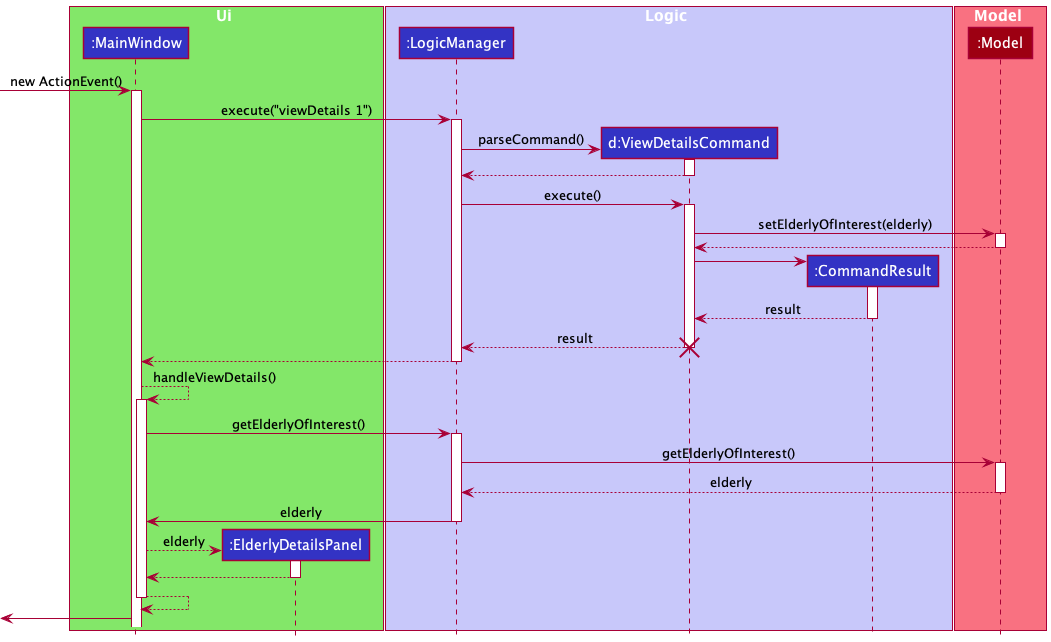
The PlantUML diagram docs/images/ViewDetailsSequenceDiagram.png in tsy24/tp, before a commit.
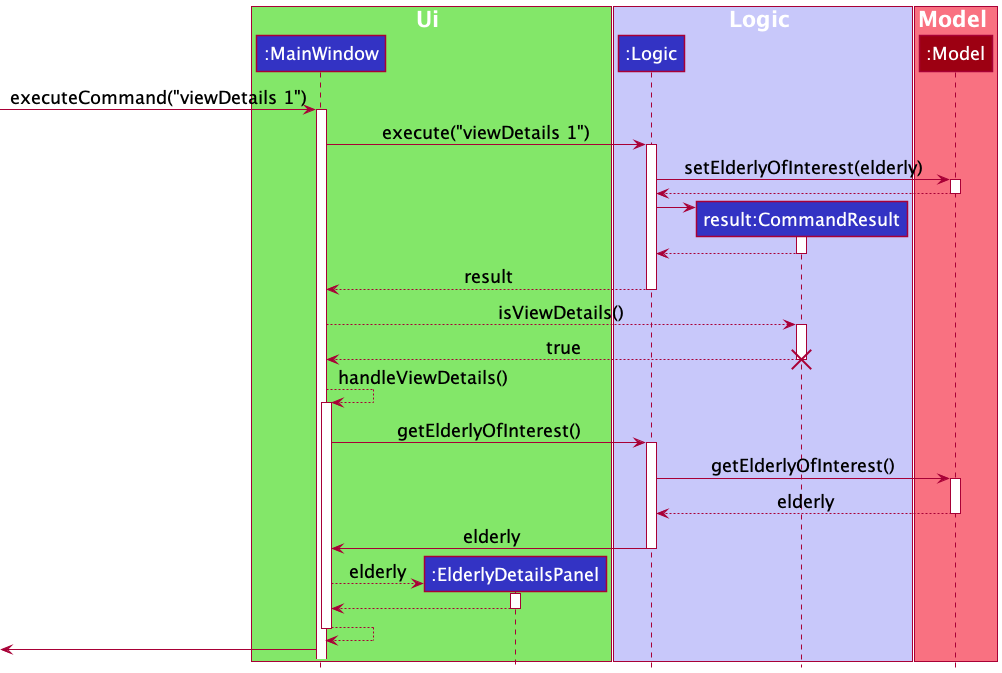
After the commit.

Commit message:
Update ViewDetails UML diagram

What changed in the source:
```diff
@@ -7,65 +7,57 @@
 end box
 
 box Logic LOGIC_COLOR_T1
-participant ":LogicManager" as LogicManager LOGIC_COLOR
-participant "d:ViewDetailsCommand" as ViewDetailsCommand LOGIC_COLOR
-participant ":CommandResult" as CommandResult LOGIC_COLOR
+participant ":Logic" as Logic LOGIC_COLOR
+participant "result:CommandResult" as CommandResult LOGIC_COLOR
 end box
 
 box Model MODEL_COLOR_T1
 participant ":Model" as Model MODEL_COLOR
 end box
 
-[-> MainWindow : new ActionEvent()
+[-> MainWindow : executeCommand("viewDetails 1")
 activate MainWindow
 
-MainWindow -> LogicManager : execute("viewDetails 1")
-activate LogicManager
+MainWindow -> Logic : execute("viewDetails 1")
+activate Logic
 
-create ViewDetailsCommand
-LogicManager -> ViewDetailsCommand : parseCommand()
-activate ViewDetailsCommand
-
-ViewDetailsCommand --> LogicManager
-deactivate ViewDetailsCommand
-
-LogicManager -> ViewDetailsCommand : execute()
-activate ViewDetailsCommand
-
-ViewDetailsCommand -> Model : setElderlyOfInterest(elderly)
+Logic -> Model : setElderlyOfInterest(elderly)
 activate Model
 
-Model --> ViewDetailsCommand
+Model --> Logic
 deactivate Model
 
 create CommandResult
-ViewDetailsCommand -> CommandResult
+Logic -> CommandResult
 activate CommandResult
 
-CommandResult --> ViewDetailsCommand : result
+CommandResult --> Logic
 deactivate CommandResult
 
-ViewDetailsCommand --> LogicManager : result
-deactivate ViewDetailsCommand
-destroy ViewDetailsCommand
+Logic --> MainWindow : result
+deactivate Logic
 
-LogicManager --> MainWindow
-deactivate LogicManager
+MainWindow --> CommandResult : isViewDetails()
+activate CommandResult
+
+CommandResult --> MainWindow : true
+deactivate CommandResult
+destroy CommandResult
 
 MainWindow --> MainWindow : handleViewDetails()
 activate MainWindow
 
-MainWindow -> LogicManager : getElderlyOfInterest()
-activate LogicManager
+MainWindow -> Logic : getElderlyOfInterest()
+activate Logic
 
-LogicManager -> Model : getElderlyOfInterest()
+Logic -> Model : getElderlyOfInterest()
 activate Model
 
-Model --> LogicManager : elderly
+Model --> Logic : elderly
 deactivate Model
 
-LogicManager -> MainWindow : elderly
-deactivate LogicManager
+Logic -> MainWindow : elderly
+deactivate Logic
 
 create ElderlyDetailsPanel
 MainWindow --> ElderlyDetailsPanel : elderly
```
